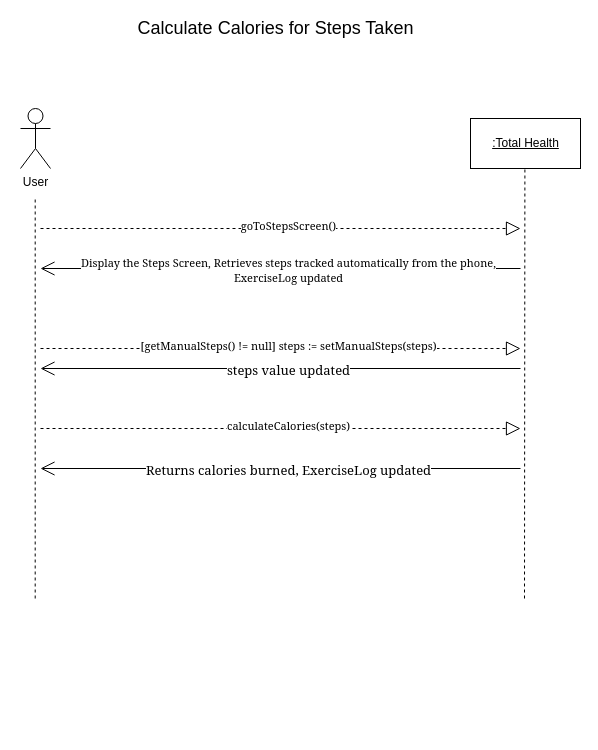
Before: SSD - Calculate Calories for Steps Taken.drawio in Esaied19/Team-Albatross, a draw.io diagram. Source tidied: cells renumbered, new cells numbered last; positions are measured from the earlier drawing's top-left corner, leaving out a move shared by most shapes. Both pictures are drawn from the tidied source at 100%, with x=0, y=0 at pixel (20, 18).
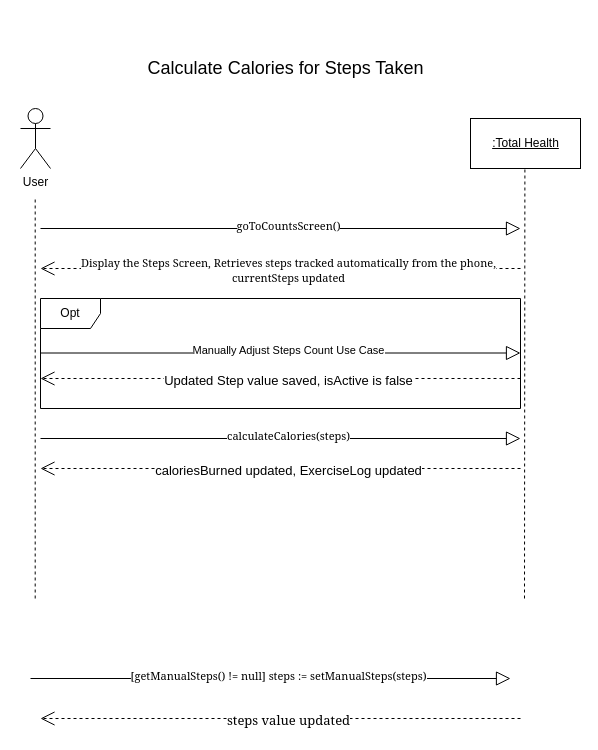
After the change.

Diff of the diagram source:
```diff
@@
+    <mxCell id="19" value="Opt" style="shape=umlFrame;whiteSpace=wrap;html=1;" parent="1" vertex="1">
+      <mxGeometry x="20" y="280" width="480" height="110" as="geometry" />
+    </mxCell>
@@
-    <mxCell id="6" style="endArrow=open;endFill=1;endSize=12;html=1;rounded=0;" parent="1" edge="1">
+    <mxCell id="6" style="endArrow=open;endFill=1;endSize=12;html=1;rounded=0;dashed=1;" parent="1" edge="1">
       <mxGeometry relative="1" as="geometry">
         <mxPoint x="500" y="250" as="sourcePoint" />
         <mxPoint x="20" y="250" as="targetPoint" />
       </mxGeometry>
     </mxCell>
-    <mxCell id="7" value="&lt;div&gt;&lt;font style=&quot;font-size: 11px&quot; face=&quot;Georgia&quot;&gt;&lt;span style=&quot;color: rgb(0 , 0 , 0) ; font-weight: normal ; text-decoration: none ; font-style: normal&quot;&gt;Display the Steps Screen, Retrieves steps tracked automatically from the phone,&lt;/span&gt;&lt;/font&gt;&lt;/div&gt;&lt;div&gt;&lt;font style=&quot;font-size: 11px&quot; face=&quot;Georgia&quot;&gt;&lt;span style=&quot;color: rgb(0 , 0 , 0) ; font-weight: normal ; text-decoration: none ; font-style: normal&quot;&gt;ExerciseLog updated&lt;/span&gt;&lt;/font&gt;&lt;/div&gt;" style="edgeLabel;html=1;align=center;verticalAlign=middle;" parent="6" vertex="1">
+    <mxCell id="7" value="&lt;div&gt;&lt;font style=&quot;font-size: 11px&quot; face=&quot;Georgia&quot;&gt;&lt;span style=&quot;color: rgb(0 , 0 , 0) ; font-weight: normal ; text-decoration: none ; font-style: normal&quot;&gt;Display the Steps Screen, Retrieves steps tracked automatically from the phone,&lt;/span&gt;&lt;/font&gt;&lt;/div&gt;&lt;div&gt;&lt;font style=&quot;font-size: 11px&quot; face=&quot;Georgia&quot;&gt;&lt;span style=&quot;color: rgb(0 , 0 , 0) ; font-weight: normal ; text-decoration: none ; font-style: normal&quot;&gt;currentSteps updated&lt;br&gt;&lt;/span&gt;&lt;/font&gt;&lt;/div&gt;" style="edgeLabel;html=1;align=center;verticalAlign=middle;" parent="6" vertex="1">
       <mxGeometry x="-0.03" y="1" relative="1" as="geometry" />
     </mxCell>
-    <mxCell id="8" style="endArrow=block;dashed=1;endFill=0;endSize=12;html=1;rounded=0;" parent="1" edge="1">
+    <mxCell id="8" style="endArrow=block;endFill=0;endSize=12;html=1;rounded=0;" parent="1" edge="1">
       <mxGeometry relative="1" as="geometry">
         <mxPoint x="20" y="210" as="sourcePoint" />
         <mxPoint x="500" y="210" as="targetPoint" />
       </mxGeometry>
     </mxCell>
-    <mxCell id="9" value="&lt;font face=&quot;Georgia&quot;&gt;goToStepsScreen()&lt;/font&gt;" style="edgeLabel;html=1;align=center;verticalAlign=middle;" parent="8" vertex="1">
+    <mxCell id="9" value="&lt;font face=&quot;Georgia&quot;&gt;goToCountsScreen()&lt;/font&gt;" style="edgeLabel;html=1;align=center;verticalAlign=middle;" parent="8" vertex="1">
       <mxGeometry x="0.03" y="3" relative="1" as="geometry" />
     </mxCell>
-    <mxCell id="10" style="endArrow=block;dashed=1;endFill=0;endSize=12;html=1;rounded=0;" parent="1" edge="1">
+    <mxCell id="10" style="endArrow=block;endFill=0;endSize=12;html=1;rounded=0;" parent="1" edge="1">
       <mxGeometry relative="1" as="geometry">
-        <mxPoint x="20" y="410" as="sourcePoint" />
-        <mxPoint x="500" y="410" as="targetPoint" />
+        <mxPoint x="20" y="334.5" as="sourcePoint" />
+        <mxPoint x="500" y="334.5" as="targetPoint" />
       </mxGeometry>
     </mxCell>
-    <mxCell id="11" value="&lt;font face=&quot;Georgia&quot;&gt;calculateCalories(steps)&lt;/font&gt;" style="edgeLabel;html=1;align=center;verticalAlign=middle;" parent="10" vertex="1">
+    <mxCell id="11" value="Manually Adjust Steps Count Use Case" style="edgeLabel;html=1;align=center;verticalAlign=middle;" parent="10" vertex="1">
       <mxGeometry x="0.03" y="3" relative="1" as="geometry" />
     </mxCell>
-    <mxCell id="12" style="endArrow=block;dashed=1;endFill=0;endSize=12;html=1;rounded=0;" parent="1" edge="1">
+    <mxCell id="12" style="endArrow=block;endFill=0;endSize=12;html=1;rounded=0;" parent="1" edge="1">
       <mxGeometry relative="1" as="geometry">
-        <mxPoint x="20" y="330" as="sourcePoint" />
-        <mxPoint x="500" y="330" as="targetPoint" />
+        <mxPoint x="10" y="660" as="sourcePoint" />
+        <mxPoint x="490" y="660" as="targetPoint" />
       </mxGeometry>
     </mxCell>
@@
-    <mxCell id="14" style="endArrow=open;endFill=1;endSize=12;html=1;rounded=0;" parent="1" edge="1">
+    <mxCell id="14" style="endArrow=open;endFill=1;endSize=12;html=1;rounded=0;dashed=1;" parent="1" edge="1">
       <mxGeometry relative="1" as="geometry">
         <mxPoint x="500" y="450" as="sourcePoint" />
         <mxPoint x="20" y="450" as="targetPoint" />
       </mxGeometry>
     </mxCell>
-    <mxCell id="15" value="&lt;font face=&quot;Georgia&quot;&gt;&lt;span style=&quot;font-size: 13px ; color: rgb(0 , 0 , 0) ; font-weight: normal ; text-decoration: none ; font-style: normal&quot;&gt;Returns calories burned, ExerciseLog updated&lt;/span&gt;&lt;/font&gt;" style="edgeLabel;html=1;align=center;verticalAlign=middle;" parent="14" vertex="1">
+    <mxCell id="15" value="&lt;span style=&quot;font-size: 13px ; color: #000000 ; font-weight: normal ; text-decoration: none ; font-family: &amp;#34;arial&amp;#34; ; font-style: normal&quot;&gt;caloriesBurned updated, ExerciseLog updated&lt;/span&gt;" style="edgeLabel;html=1;align=center;verticalAlign=middle;" parent="14" vertex="1">
       <mxGeometry x="-0.03" y="1" relative="1" as="geometry" />
     </mxCell>
-    <mxCell id="16" style="endArrow=open;endFill=1;endSize=12;html=1;rounded=0;" parent="1" edge="1">
+    <mxCell id="16" style="endArrow=open;endFill=1;endSize=12;html=1;rounded=0;dashed=1;" parent="1" edge="1">
       <mxGeometry relative="1" as="geometry">
-        <mxPoint x="500" y="350" as="sourcePoint" />
-        <mxPoint x="20" y="350" as="targetPoint" />
+        <mxPoint x="500" y="700" as="sourcePoint" />
+        <mxPoint x="20" y="700" as="targetPoint" />
       </mxGeometry>
     </mxCell>
@@
     <mxCell id="18" value="&lt;font style=&quot;font-size: 18px&quot;&gt;Calculate Calories for Steps Taken&lt;br&gt;&lt;/font&gt;" style="text;html=1;align=center;verticalAlign=middle;strokeColor=none;fillColor=none;" parent="1" vertex="1">
-      <mxGeometry x="110" width="290" height="20" as="geometry" />
+      <mxGeometry x="120" y="40" width="290" height="20" as="geometry" />
     </mxCell>
+    <mxCell id="20" style="endArrow=block;endFill=0;endSize=12;html=1;rounded=0;" parent="1" edge="1">
+      <mxGeometry relative="1" as="geometry">
+        <mxPoint x="20" y="420" as="sourcePoint" />
+        <mxPoint x="500" y="420" as="targetPoint" />
+      </mxGeometry>
+    </mxCell>
+    <mxCell id="21" value="&lt;font face=&quot;Georgia&quot;&gt;calculateCalories(steps)&lt;/font&gt;" style="edgeLabel;html=1;align=center;verticalAlign=middle;" parent="20" vertex="1">
+      <mxGeometry x="0.03" y="3" relative="1" as="geometry" />
+    </mxCell>
+    <mxCell id="22" style="endArrow=open;endFill=1;endSize=12;html=1;rounded=0;dashed=1;" parent="1" edge="1">
+      <mxGeometry relative="1" as="geometry">
+        <mxPoint x="500" y="360" as="sourcePoint" />
+        <mxPoint x="20" y="360" as="targetPoint" />
+      </mxGeometry>
+    </mxCell>
+    <mxCell id="23" value="&lt;span style=&quot;font-size: 13px ; color: #000000 ; font-weight: normal ; text-decoration: none ; font-family: &amp;#34;arial&amp;#34; ; font-style: normal&quot;&gt;Updated Step value saved, isActive is false&lt;/span&gt;" style="edgeLabel;html=1;align=center;verticalAlign=middle;" parent="22" vertex="1">
+      <mxGeometry x="-0.03" y="1" relative="1" as="geometry" />
+    </mxCell>
```
